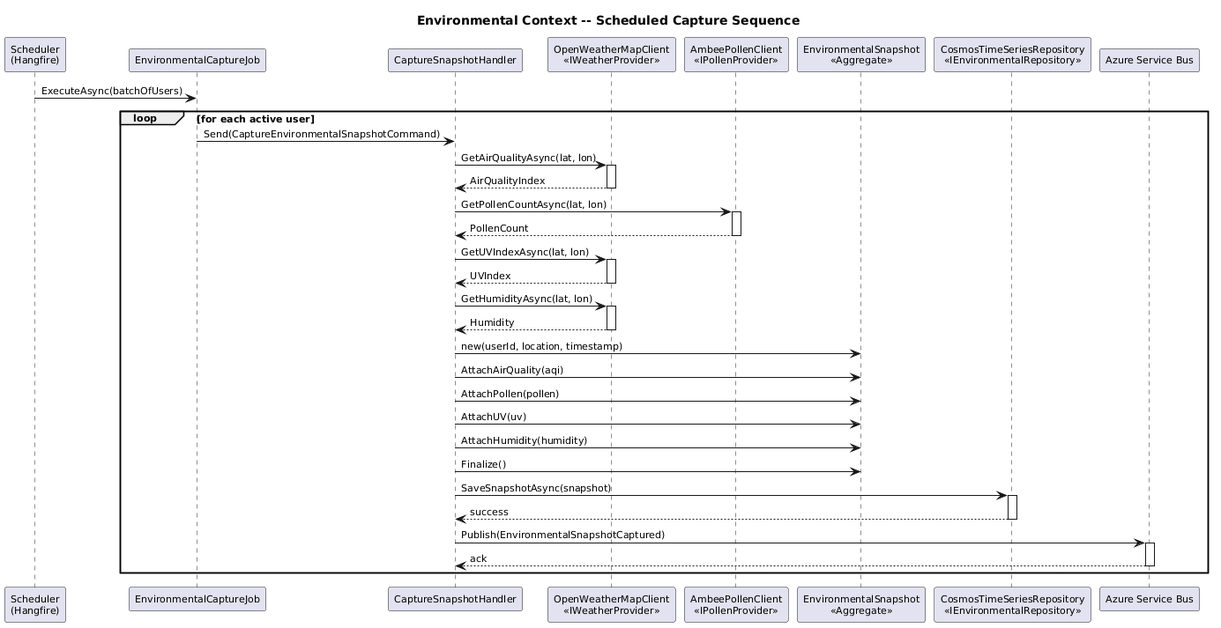
QuinntyneBrown/ClearEyeQ keeps this PlantUML diagram as docs/detailed-design/04-environmental-context/seq-environmental-capture.png. Above is the earlier version.
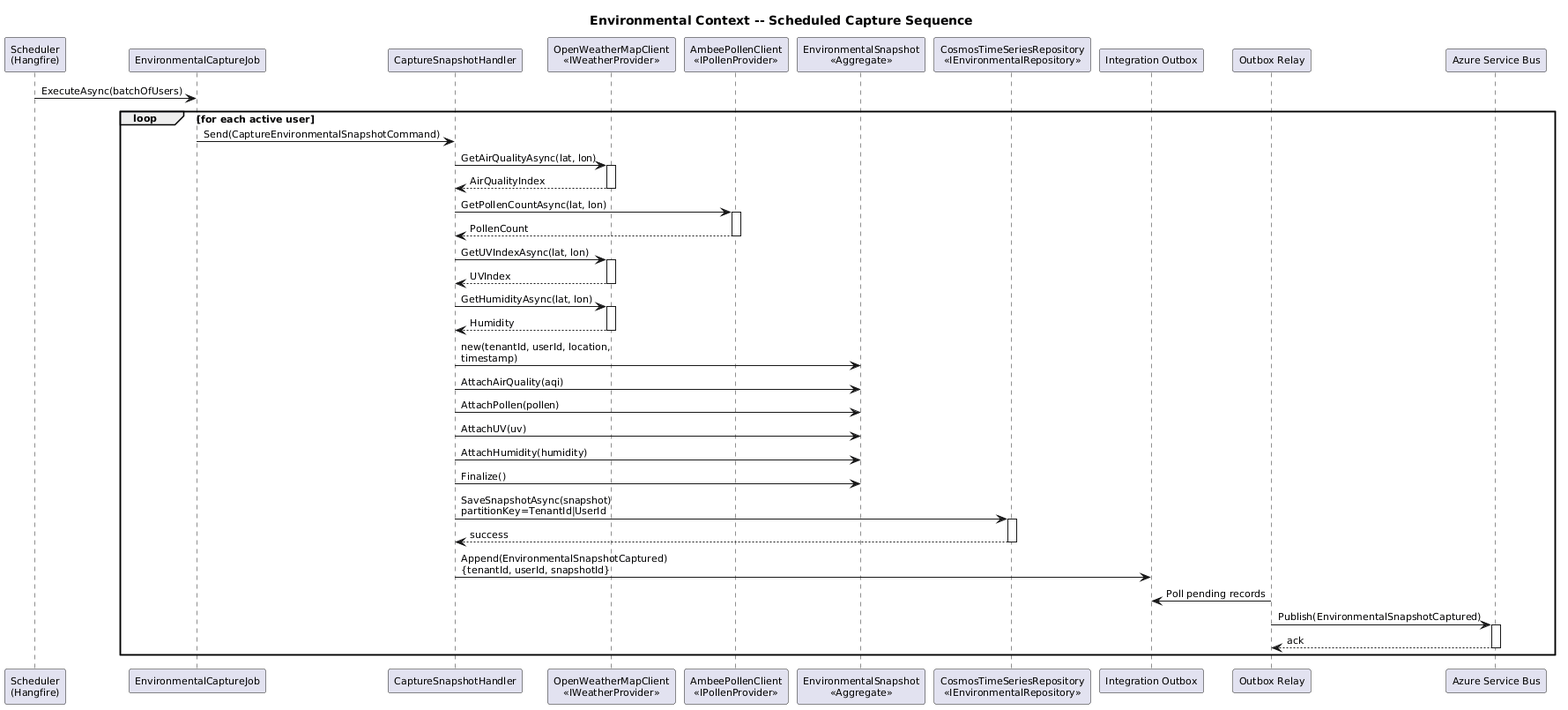
Above is the later version.

The edit, as a diff of the source:
```diff
@@ -12,6 +12,8 @@
 participant "AmbeePollenClient\n<<IPollenProvider>>" as Pollen
 participant "EnvironmentalSnapshot\n<<Aggregate>>" as Snapshot
 participant "CosmosTimeSeriesRepository\n<<IEnvironmentalRepository>>" as Repo
+participant "Integration Outbox" as Outbox
+participant "Outbox Relay" as Relay
 participant "Azure Service Bus" as Bus
 
 Scheduler -> Job : ExecuteAsync(batchOfUsers)
@@ -38,21 +40,23 @@
     Weather --> Handler : Humidity
     deactivate Weather
 
-    Handler -> Snapshot : new(userId, location, timestamp)
+    Handler -> Snapshot : new(tenantId, userId, location, timestamp)
     Handler -> Snapshot : AttachAirQuality(aqi)
     Handler -> Snapshot : AttachPollen(pollen)
     Handler -> Snapshot : AttachUV(uv)
     Handler -> Snapshot : AttachHumidity(humidity)
     Handler -> Snapshot : Finalize()
 
-    Handler -> Repo : SaveSnapshotAsync(snapshot)
+    Handler -> Repo : SaveSnapshotAsync(snapshot)\npartitionKey=TenantId|UserId
     activate Repo
     Repo --> Handler : success
     deactivate Repo
 
-    Handler -> Bus : Publish(EnvironmentalSnapshotCaptured)
+    Handler -> Outbox : Append(EnvironmentalSnapshotCaptured)\n{tenantId, userId, snapshotId}
+    Relay -> Outbox : Poll pending records
+    Relay -> Bus : Publish(EnvironmentalSnapshotCaptured)
     activate Bus
-    Bus --> Handler : ack
+    Bus --> Relay : ack
     deactivate Bus
 end
 @enduml
```
